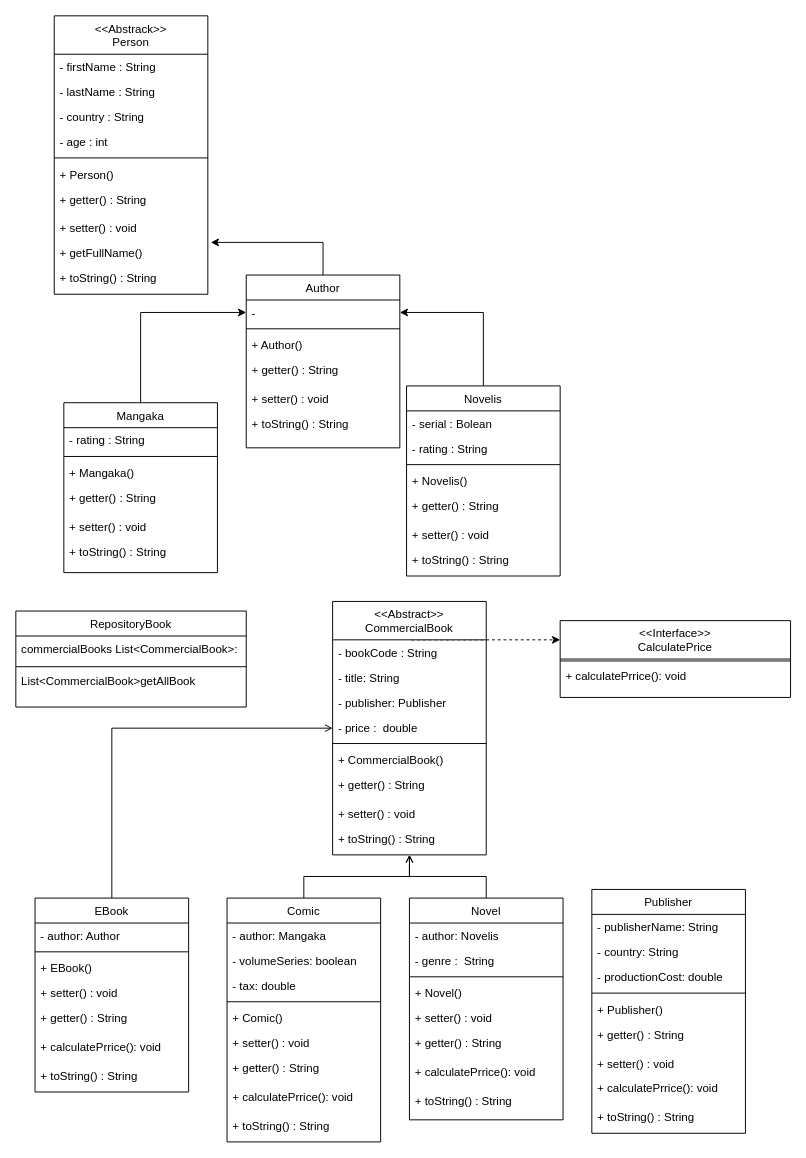
The draw.io diagram Diagram_latian-book-case-sahrul.drawio in sahrul1610/Learning_java, before the edit. Source tidied: cells renumbered, new cells numbered last; positions are measured from the earlier drawing's top-left corner, leaving out a move shared by most shapes. Both pictures are drawn from the tidied source at 96%, with x=0, y=0 at pixel (15, 15).
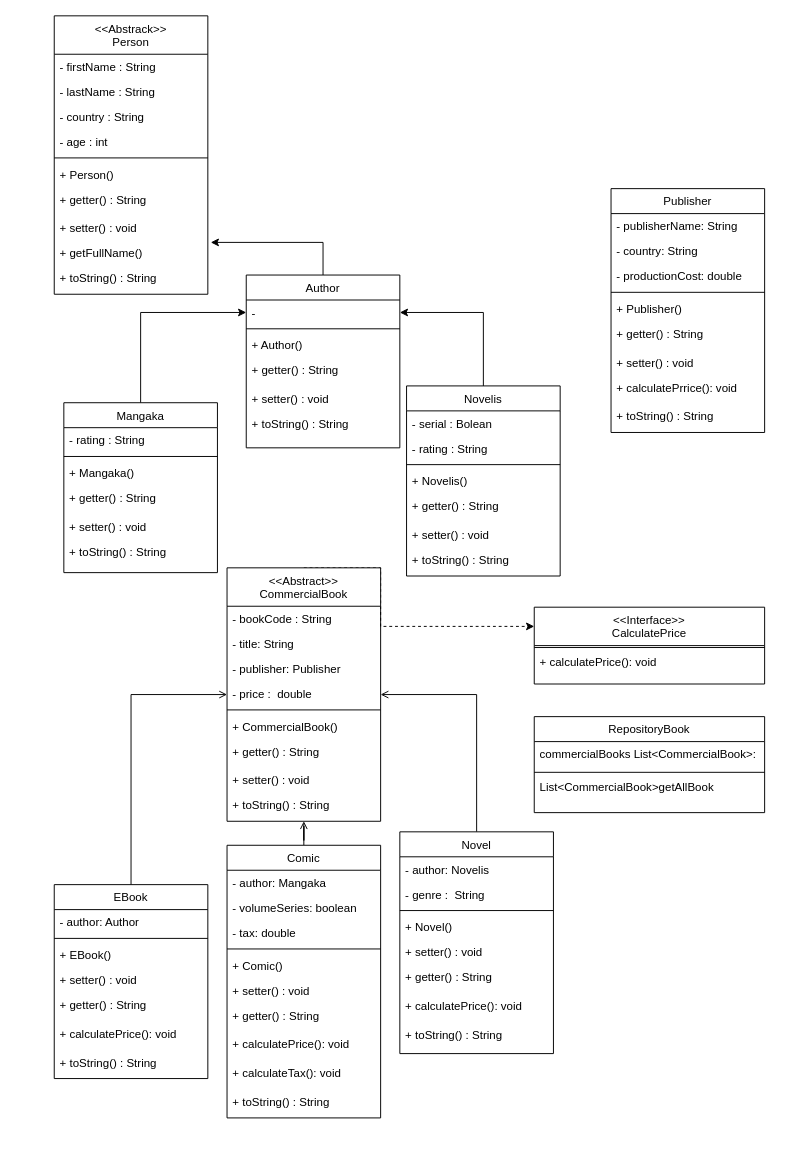
The same diagram, later.

The edit, as a diff of the source:
```diff
@@
+    <mxCell id="41" style="edgeStyle=orthogonalEdgeStyle;rounded=0;jettySize=auto;html=1;exitX=0.5;exitY=0;exitDx=0;exitDy=0;entryX=0;entryY=0.25;entryDx=0;entryDy=0;dashed=1;" parent="1" edge="1" source="42" target="93">
+      <mxGeometry relative="1" as="geometry">
+        <Array as="points">
+          <mxPoint x="380" y="575" />
+          <mxPoint x="380" y="636" />
+        </Array>
+      </mxGeometry>
+    </mxCell>
@@
-    <mxCell id="41" style="edgeStyle=orthogonalEdgeStyle;rounded=0;jettySize=auto;html=1;exitX=0.5;exitY=0;exitDx=0;exitDy=0;entryX=0;entryY=0.25;entryDx=0;entryDy=0;dashed=1;" parent="1" edge="1" source="42" target="93">
-      <mxGeometry relative="1" as="geometry">
-        <Array as="points">
-          <mxPoint x="410" y="650" />
-        </Array>
-      </mxGeometry>
-    </mxCell>
     <mxCell id="42" value="&lt;&lt;Abstract&gt;&gt;&#10;CommercialBook" style="swimlane;fontStyle=0;align=center;verticalAlign=top;horizontal=1;startSize=40;rounded=0;shadow=0;strokeWidth=1;" parent="1" vertex="1">
-      <mxGeometry x="330" y="610" width="160" height="264" as="geometry" />
+      <mxGeometry x="220" y="575" width="160" height="264" as="geometry" />
     </mxCell>
@@
     <mxCell id="52" value="EBook" style="swimlane;fontStyle=0;align=center;verticalAlign=top;horizontal=1;startSize=26;rounded=0;shadow=0;strokeWidth=1;" parent="1" vertex="1">
-      <mxGeometry x="20" y="919" width="160" height="202" as="geometry" />
+      <mxGeometry x="40" y="905" width="160" height="202" as="geometry" />
     </mxCell>
@@
-    <mxCell id="58" value="+ calculatePrrice(): void" style="text;align=left;verticalAlign=top;spacingLeft=4;spacingRight=4;overflow=hidden;" parent="52" vertex="1">
+    <mxCell id="58" value="+ calculatePrice(): void" style="text;align=left;verticalAlign=top;spacingLeft=4;spacingRight=4;overflow=hidden;" parent="52" vertex="1">
       <mxGeometry y="142" width="160" height="30" as="geometry" />
     </mxCell>
@@
     <mxCell id="60" value="Comic" style="swimlane;fontStyle=0;align=center;verticalAlign=top;horizontal=1;startSize=26;rounded=0;shadow=0;strokeWidth=1;" parent="1" vertex="1">
-      <mxGeometry x="220" y="919" width="160" height="254" as="geometry" />
+      <mxGeometry x="220" y="864" width="160" height="284" as="geometry" />
     </mxCell>
@@
-    <mxCell id="68" value="+ calculatePrrice(): void" style="text;align=left;verticalAlign=top;spacingLeft=4;spacingRight=4;overflow=hidden;" parent="60" vertex="1">
+    <mxCell id="68" value="+ calculatePrice(): void" style="text;align=left;verticalAlign=top;spacingLeft=4;spacingRight=4;overflow=hidden;" parent="60" vertex="1">
       <mxGeometry y="194" width="160" height="30" as="geometry" />
     </mxCell>
+    <mxCell id="96" value="+ calculateTax(): void" style="text;align=left;verticalAlign=top;spacingLeft=4;spacingRight=4;overflow=hidden;" parent="60" vertex="1">
+      <mxGeometry y="224" width="160" height="30" as="geometry" />
+    </mxCell>
     <mxCell id="69" value="+ toString() : String" style="text;align=left;verticalAlign=top;spacingLeft=4;spacingRight=4;overflow=hidden;" parent="60" vertex="1">
-      <mxGeometry y="224" width="160" height="30" as="geometry" />
+      <mxGeometry y="254" width="160" height="30" as="geometry" />
     </mxCell>
     <mxCell id="70" value="Novel" style="swimlane;fontStyle=0;align=center;verticalAlign=top;horizontal=1;startSize=26;rounded=0;shadow=0;strokeWidth=1;" parent="1" vertex="1">
-      <mxGeometry x="410" y="919" width="160" height="231" as="geometry" />
+      <mxGeometry x="400" y="850" width="160" height="231" as="geometry" />
     </mxCell>
@@
-    <mxCell id="77" value="+ calculatePrrice(): void" style="text;align=left;verticalAlign=top;spacingLeft=4;spacingRight=4;overflow=hidden;" parent="70" vertex="1">
+    <mxCell id="77" value="+ calculatePrice(): void" style="text;align=left;verticalAlign=top;spacingLeft=4;spacingRight=4;overflow=hidden;" parent="70" vertex="1">
       <mxGeometry y="168" width="160" height="30" as="geometry" />
     </mxCell>
@@
     <mxCell id="79" value="Publisher" style="swimlane;fontStyle=0;align=center;verticalAlign=top;horizontal=1;startSize=26;rounded=0;shadow=0;strokeWidth=1;" parent="1" vertex="1">
-      <mxGeometry x="600" y="910" width="160" height="254" as="geometry" />
+      <mxGeometry x="620" y="180" width="160" height="254" as="geometry" />
     </mxCell>
@@
     <mxCell id="89" value="RepositoryBook" style="swimlane;fontStyle=0;align=center;verticalAlign=top;horizontal=1;startSize=26;rounded=0;shadow=0;strokeWidth=1;" parent="1" vertex="1">
-      <mxGeometry y="620" width="240" height="100" as="geometry" />
+      <mxGeometry x="540" y="730" width="240" height="100" as="geometry" />
     </mxCell>
@@
     <mxCell id="93" value="&lt;&lt;Interface&gt;&gt;&#10;CalculatePrice" style="swimlane;fontStyle=0;align=center;verticalAlign=top;horizontal=1;startSize=40;rounded=0;shadow=0;strokeWidth=1;" parent="1" vertex="1">
-      <mxGeometry x="567" y="630" width="240" height="80" as="geometry" />
+      <mxGeometry x="540" y="616" width="240" height="80" as="geometry" />
     </mxCell>
@@
-    <mxCell id="95" value="+ calculatePrrice(): void" style="text;align=left;verticalAlign=top;spacingLeft=4;spacingRight=4;overflow=hidden;" parent="93" vertex="1">
+    <mxCell id="95" value="+ calculatePrice(): void" style="text;align=left;verticalAlign=top;spacingLeft=4;spacingRight=4;overflow=hidden;" parent="93" vertex="1">
       <mxGeometry y="44" width="240" height="30" as="geometry" />
     </mxCell>
```
